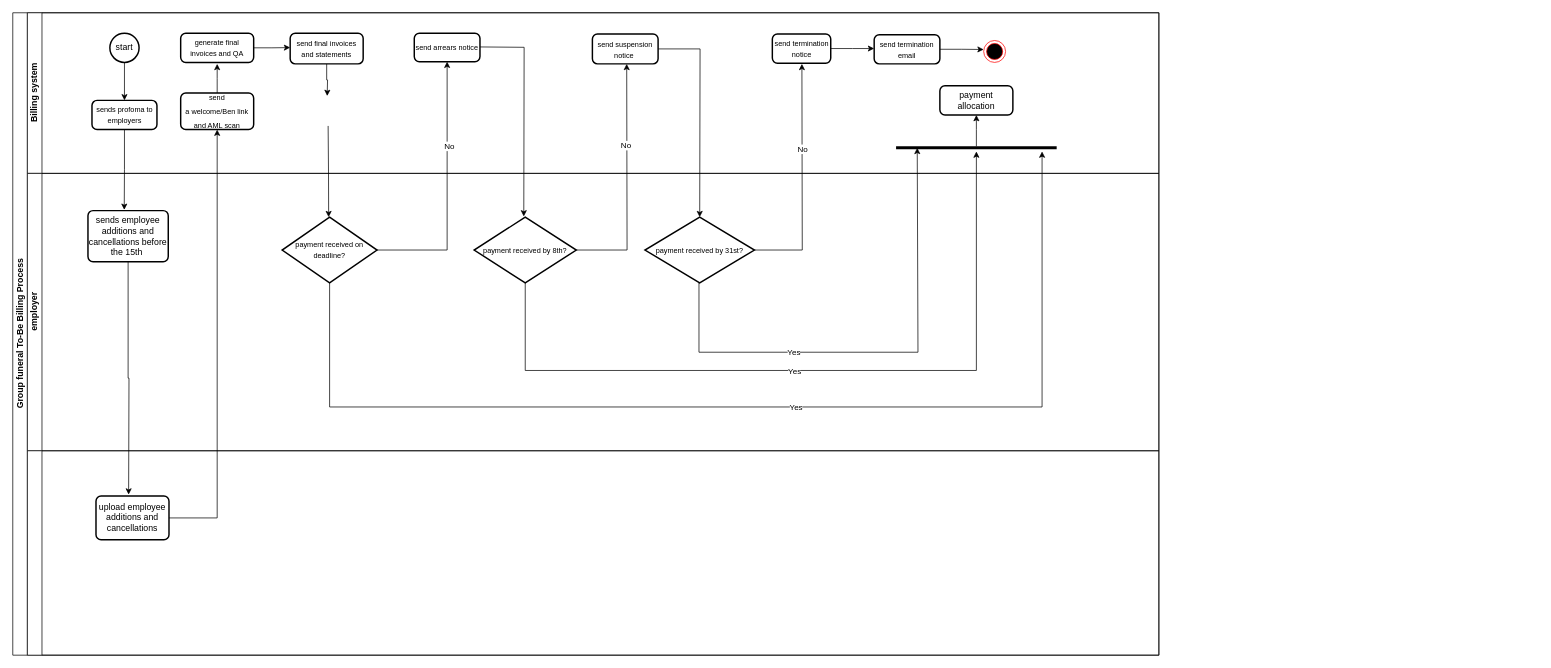
The draw.io diagram billingprocess.drawio in TJ-Kwetsane1993/Thato, before the edit. Source tidied: cells renumbered, new cells numbered last; positions are measured from the earlier drawing's top-left corner, leaving out a move shared by most shapes. Both pictures are drawn from the tidied source at 73%, with x=0, y=0 at pixel (12, 12).
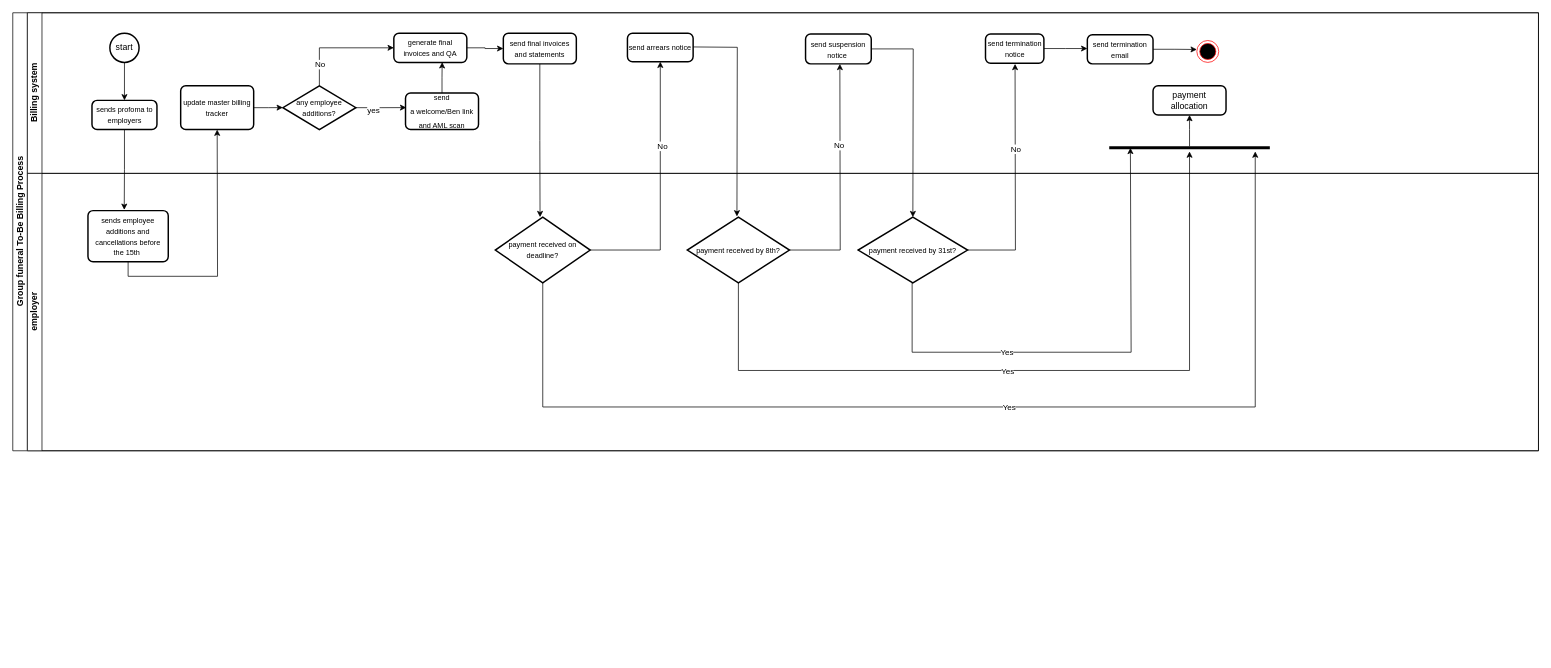
The same diagram, later.

What changed in the source:
```diff
@@
     <mxCell id="2" value="Group funeral To-Be Billing Process" style="swimlane;html=1;horizontal=0;startSize=20;" parent="1" vertex="1">
-      <mxGeometry width="1570" height="880" as="geometry" />
+      <mxGeometry width="2090" height="600" as="geometry" />
     </mxCell>
     <mxCell id="3" value="Billing system" style="swimlane;html=1;startSize=20;horizontal=0;" parent="2" vertex="1">
-      <mxGeometry x="20" width="1550" height="220" as="geometry" />
+      <mxGeometry x="20" width="2070" height="220" as="geometry" />
     </mxCell>
@@
-    <mxCell id="8" style="edgeStyle=orthogonalEdgeStyle;rounded=0;jettySize=auto;html=1;exitX=1;exitY=0.5;exitDx=0;exitDy=0;" parent="3" edge="1" source="9">
-      <mxGeometry relative="1" as="geometry">
-        <mxPoint x="360" y="47.7" as="targetPoint" />
-      </mxGeometry>
-    </mxCell>
+    <mxCell id="48" style="edgeStyle=orthogonalEdgeStyle;rounded=0;jettySize=auto;html=1;exitX=1;exitY=0.5;exitDx=0;exitDy=0;entryX=0;entryY=0.5;entryDx=0;entryDy=0;" parent="3" edge="1" source="9" target="11">
+      <mxGeometry relative="1" as="geometry" />
+    </mxCell>
     <mxCell id="9" value="&lt;font style=&quot;font-size: 10px;&quot;&gt;generate final invoices and QA&lt;/font&gt;" style="rounded=1;whiteSpace=wrap;html=1;absoluteArcSize=1;arcSize=14;strokeWidth=2;" parent="3" vertex="1">
-      <mxGeometry x="210" y="28" width="100" height="40" as="geometry" />
+      <mxGeometry x="502" y="28" width="100" height="40" as="geometry" />
     </mxCell>
-    <mxCell id="10" style="edgeStyle=orthogonalEdgeStyle;rounded=0;jettySize=auto;html=1;" parent="3" edge="1" source="11">
-      <mxGeometry relative="1" as="geometry">
-        <mxPoint x="410.7" y="114" as="targetPoint" />
-      </mxGeometry>
-    </mxCell>
+    <mxCell id="49" style="edgeStyle=orthogonalEdgeStyle;rounded=0;jettySize=auto;html=1;exitX=0.5;exitY=1;exitDx=0;exitDy=0;" parent="3" edge="1" source="11">
+      <mxGeometry relative="1" as="geometry">
+        <mxPoint x="702.3" y="280" as="targetPoint" />
+      </mxGeometry>
+    </mxCell>
     <mxCell id="11" value="&lt;font style=&quot;font-size: 10px;&quot;&gt;send final invoices and statements&lt;/font&gt;" style="rounded=1;whiteSpace=wrap;html=1;absoluteArcSize=1;arcSize=14;strokeWidth=2;" parent="3" vertex="1">
-      <mxGeometry x="360" y="28" width="100" height="42" as="geometry" />
+      <mxGeometry x="652" y="28" width="100" height="42" as="geometry" />
     </mxCell>
-    <mxCell id="12" style="edgeStyle=orthogonalEdgeStyle;rounded=0;jettySize=auto;html=1;exitX=0.5;exitY=0;exitDx=0;exitDy=0;" parent="3" edge="1" source="13">
-      <mxGeometry relative="1" as="geometry">
-        <mxPoint x="260" y="70" as="targetPoint" />
-      </mxGeometry>
-    </mxCell>
     <mxCell id="13" value="&lt;span style=&quot;line-height: 150%; font-family: Aptos, sans-serif;&quot; lang=&quot;EN-US&quot;&gt;&lt;font style=&quot;font-size: 10px;&quot;&gt;send&lt;br/&gt;a welcome/Ben link and AML scan&lt;/font&gt;&lt;/span&gt;" style="rounded=1;whiteSpace=wrap;html=1;absoluteArcSize=1;arcSize=14;strokeWidth=2;" parent="3" vertex="1">
-      <mxGeometry x="210" y="110" width="100" height="50" as="geometry" />
+      <mxGeometry x="518" y="110" width="100" height="50" as="geometry" />
     </mxCell>
-    <mxCell id="14" style="edgeStyle=orthogonalEdgeStyle;rounded=0;orthogonalLoop=1;jettySize=auto;html=1;exitX=0.5;exitY=1;exitDx=0;exitDy=0;" parent="3" edge="1">
-      <mxGeometry relative="1" as="geometry">
-        <mxPoint x="412" y="155" as="sourcePoint" />
-        <mxPoint x="412.7" y="280" as="targetPoint" />
-      </mxGeometry>
-    </mxCell>
     <mxCell id="15" style="edgeStyle=orthogonalEdgeStyle;rounded=0;orthogonalLoop=1;jettySize=auto;html=1;exitX=1;exitY=0.25;exitDx=0;exitDy=0;" parent="3" edge="1">
       <mxGeometry relative="1" as="geometry">
-        <mxPoint x="620" y="46.8" as="sourcePoint" />
-        <mxPoint x="680" y="279" as="targetPoint" />
+        <mxPoint x="912" y="46.8" as="sourcePoint" />
+        <mxPoint x="972" y="279" as="targetPoint" />
       </mxGeometry>
     </mxCell>
     <mxCell id="16" value="&lt;font style=&quot;font-size: 10px;&quot;&gt;send arrears notice&lt;/font&gt;" style="rounded=1;whiteSpace=wrap;html=1;absoluteArcSize=1;arcSize=14;strokeWidth=2;" parent="3" vertex="1">
-      <mxGeometry x="530" y="28" width="90" height="39" as="geometry" />
+      <mxGeometry x="822" y="28" width="90" height="39" as="geometry" />
     </mxCell>
     <mxCell id="17" style="edgeStyle=orthogonalEdgeStyle;rounded=0;jettySize=auto;html=1;exitX=1;exitY=0.5;exitDx=0;exitDy=0;" parent="3" edge="1" source="18">
       <mxGeometry relative="1" as="geometry">
-        <mxPoint x="921" y="280" as="targetPoint" />
+        <mxPoint x="1213" y="280" as="targetPoint" />
       </mxGeometry>
     </mxCell>
     <mxCell id="18" value="&lt;font style=&quot;font-size: 10px;&quot;&gt;send suspension notice&amp;nbsp;&lt;/font&gt;" style="rounded=1;whiteSpace=wrap;html=1;absoluteArcSize=1;arcSize=14;strokeWidth=2;" parent="3" vertex="1">
-      <mxGeometry x="774" y="29" width="90" height="41" as="geometry" />
+      <mxGeometry x="1066" y="29" width="90" height="41" as="geometry" />
     </mxCell>
     <mxCell id="19" style="edgeStyle=orthogonalEdgeStyle;rounded=0;jettySize=auto;html=1;exitX=1;exitY=0.5;exitDx=0;exitDy=0;" parent="3" edge="1" source="20">
       <mxGeometry relative="1" as="geometry">
-        <mxPoint x="1160" y="49" as="targetPoint" />
+        <mxPoint x="1452" y="49" as="targetPoint" />
       </mxGeometry>
     </mxCell>
     <mxCell id="20" value="&lt;font style=&quot;font-size: 10px;&quot;&gt;send termination notice&lt;/font&gt;" style="rounded=1;whiteSpace=wrap;html=1;absoluteArcSize=1;arcSize=14;strokeWidth=2;" parent="3" vertex="1">
-      <mxGeometry x="1020.5" y="29" width="80" height="40" as="geometry" />
+      <mxGeometry x="1312.5" y="29" width="80" height="40" as="geometry" />
     </mxCell>
     <mxCell id="21" style="edgeStyle=orthogonalEdgeStyle;rounded=0;jettySize=auto;html=1;" parent="3" edge="1" source="22">
       <mxGeometry relative="1" as="geometry">
-        <mxPoint x="1300" y="140" as="targetPoint" />
+        <mxPoint x="1592" y="140" as="targetPoint" />
       </mxGeometry>
     </mxCell>
     <mxCell id="22" style="line;strokeWidth=4;html=1;perimeter=backbonePerimeter;points=[];outlineConnect=0;" parent="3" vertex="1">
-      <mxGeometry x="1190" y="180" width="220" height="10" as="geometry" />
+      <mxGeometry x="1482" y="180" width="220" height="10" as="geometry" />
     </mxCell>
     <mxCell id="23" value="payment allocation" style="rounded=1;whiteSpace=wrap;html=1;absoluteArcSize=1;arcSize=14;strokeWidth=2;" parent="3" vertex="1">
-      <mxGeometry x="1250" y="100" width="100" height="40" as="geometry" />
+      <mxGeometry x="1542" y="100" width="100" height="40" as="geometry" />
     </mxCell>
     <mxCell id="24" style="edgeStyle=orthogonalEdgeStyle;rounded=0;jettySize=auto;html=1;exitX=1;exitY=0.5;exitDx=0;exitDy=0;" parent="3" edge="1" source="25">
       <mxGeometry relative="1" as="geometry">
-        <mxPoint x="1310" y="50.3" as="targetPoint" />
+        <mxPoint x="1602" y="50.3" as="targetPoint" />
       </mxGeometry>
     </mxCell>
     <mxCell id="25" value="&lt;font style=&quot;font-size: 10px;&quot;&gt;send termination email&lt;/font&gt;" style="rounded=1;whiteSpace=wrap;html=1;absoluteArcSize=1;arcSize=14;strokeWidth=2;" parent="3" vertex="1">
-      <mxGeometry x="1160" y="30" width="90" height="40" as="geometry" />
+      <mxGeometry x="1452" y="30" width="90" height="40" as="geometry" />
     </mxCell>
     <mxCell id="26" style="ellipse;html=1;shape=endState;fillColor=#000000;strokeColor=#ff0000;" parent="3" vertex="1">
-      <mxGeometry x="1310" y="38" width="30" height="30" as="geometry" />
+      <mxGeometry x="1602" y="38" width="30" height="30" as="geometry" />
     </mxCell>
+    <mxCell id="50" style="edgeStyle=orthogonalEdgeStyle;rounded=0;jettySize=auto;html=1;exitX=1;exitY=0.5;exitDx=0;exitDy=0;" parent="3" edge="1" source="44">
+      <mxGeometry relative="1" as="geometry">
+        <mxPoint x="350" y="129.9" as="targetPoint" />
+      </mxGeometry>
+    </mxCell>
+    <mxCell id="44" value="&lt;font style=&quot;font-size: 10px;&quot;&gt;update master billing tracker&lt;/font&gt;" style="rounded=1;whiteSpace=wrap;html=1;absoluteArcSize=1;arcSize=14;strokeWidth=2;" parent="3" vertex="1">
+      <mxGeometry x="210" y="100" width="100" height="60" as="geometry" />
+    </mxCell>
+    <mxCell id="51" style="edgeStyle=orthogonalEdgeStyle;rounded=0;jettySize=auto;html=1;exitX=0.5;exitY=0;exitDx=0;exitDy=0;exitPerimeter=0;entryX=0;entryY=0.5;entryDx=0;entryDy=0;" parent="3" edge="1" source="55" target="9">
+      <mxGeometry relative="1" as="geometry" />
+    </mxCell>
+    <mxCell id="52" value="No" style="edgeLabel;html=1;align=center;verticalAlign=middle;" parent="51" vertex="1">
+      <mxGeometry x="-0.61" relative="1" as="geometry" />
+    </mxCell>
+    <mxCell id="53" style="edgeStyle=orthogonalEdgeStyle;rounded=0;jettySize=auto;html=1;exitX=1;exitY=0.5;exitDx=0;exitDy=0;exitPerimeter=0;" parent="3" edge="1" source="55">
+      <mxGeometry relative="1" as="geometry">
+        <mxPoint x="519" y="129.9" as="targetPoint" />
+      </mxGeometry>
+    </mxCell>
+    <mxCell id="54" value="yes" style="edgeLabel;html=1;align=center;verticalAlign=middle;" parent="53" vertex="1">
+      <mxGeometry x="-0.35" y="-3" relative="1" as="geometry" />
+    </mxCell>
+    <mxCell id="55" value="&lt;font style=&quot;font-size: 10px;&quot;&gt;any employee additions?&lt;/font&gt;" style="strokeWidth=2;html=1;shape=mxgraph.flowchart.decision;whiteSpace=wrap;" parent="3" vertex="1">
+      <mxGeometry x="350" y="100" width="100" height="60" as="geometry" />
+    </mxCell>
+    <mxCell id="56" style="edgeStyle=orthogonalEdgeStyle;rounded=0;jettySize=auto;html=1;exitX=0.5;exitY=0;exitDx=0;exitDy=0;entryX=0.662;entryY=0.992;entryDx=0;entryDy=0;entryPerimeter=0;" parent="3" edge="1" source="13" target="9">
+      <mxGeometry relative="1" as="geometry" />
+    </mxCell>
     <mxCell id="27" value="employer" style="swimlane;html=1;startSize=20;horizontal=0;" parent="2" vertex="1">
-      <mxGeometry x="20" y="220" width="1550" height="380" as="geometry" />
+      <mxGeometry x="20" y="220" width="2070" height="380" as="geometry" />
     </mxCell>
-    <mxCell id="28" style="edgeStyle=orthogonalEdgeStyle;rounded=0;jettySize=auto;html=1;exitX=0.5;exitY=1;exitDx=0;exitDy=0;" parent="27" edge="1" source="29">
-      <mxGeometry relative="1" as="geometry">
-        <mxPoint x="138.7" y="440" as="targetPoint" />
-      </mxGeometry>
-    </mxCell>
+    <mxCell id="57" style="edgeStyle=orthogonalEdgeStyle;rounded=0;jettySize=auto;html=1;exitX=0.5;exitY=1;exitDx=0;exitDy=0;" parent="27" edge="1" source="29">
+      <mxGeometry relative="1" as="geometry">
+        <mxPoint x="260" y="-60" as="targetPoint" />
+      </mxGeometry>
+    </mxCell>
-    <mxCell id="29" value="sends employee&lt;br&gt;additions and &lt;br&gt;cancellations before &lt;br&gt;the 15th&amp;nbsp;" style="rounded=1;whiteSpace=wrap;html=1;absoluteArcSize=1;arcSize=14;strokeWidth=2;" parent="27" vertex="1">
+    <mxCell id="29" value="&lt;font style=&quot;font-size: 10px;&quot;&gt;sends employee&lt;br&gt;additions and &lt;br&gt;cancellations before &lt;br&gt;the 15th&amp;nbsp;&lt;/font&gt;" style="rounded=1;whiteSpace=wrap;html=1;absoluteArcSize=1;arcSize=14;strokeWidth=2;" parent="27" vertex="1">
       <mxGeometry x="83" y="51" width="110" height="70" as="geometry" />
     </mxCell>
     <mxCell id="30" style="edgeStyle=orthogonalEdgeStyle;rounded=0;jettySize=auto;html=1;exitX=0.5;exitY=1;exitDx=0;exitDy=0;exitPerimeter=0;" parent="27" edge="1" source="32">
       <mxGeometry relative="1" as="geometry">
-        <mxPoint x="1390" y="-30" as="targetPoint" />
+        <mxPoint x="1682" y="-30" as="targetPoint" />
         <Array as="points">
-          <mxPoint x="414" y="320" />
-          <mxPoint x="1390" y="320" />
+          <mxPoint x="706" y="320" />
+          <mxPoint x="1682" y="320" />
         </Array>
       </mxGeometry>
     </mxCell>
@@
     <mxCell id="32" value="&lt;font style=&quot;font-size: 10px;&quot;&gt;payment received on deadline?&lt;/font&gt;" style="strokeWidth=2;html=1;shape=mxgraph.flowchart.decision;whiteSpace=wrap;" parent="27" vertex="1">
-      <mxGeometry x="349" y="60" width="130" height="90" as="geometry" />
+      <mxGeometry x="641" y="60" width="130" height="90" as="geometry" />
     </mxCell>
     <mxCell id="33" style="edgeStyle=orthogonalEdgeStyle;rounded=0;jettySize=auto;html=1;exitX=1;exitY=0.5;exitDx=0;exitDy=0;exitPerimeter=0;" parent="27" edge="1" source="37">
       <mxGeometry relative="1" as="geometry">
-        <mxPoint x="821" y="-150" as="targetPoint" />
+        <mxPoint x="1113" y="-150" as="targetPoint" />
       </mxGeometry>
     </mxCell>
@@
     <mxCell id="35" style="edgeStyle=orthogonalEdgeStyle;rounded=0;jettySize=auto;html=1;exitX=0.5;exitY=1;exitDx=0;exitDy=0;exitPerimeter=0;" parent="27" edge="1" source="37">
       <mxGeometry relative="1" as="geometry">
-        <mxPoint x="1300" y="-30" as="targetPoint" />
+        <mxPoint x="1592" y="-30" as="targetPoint" />
         <Array as="points">
-          <mxPoint x="682" y="270" />
-          <mxPoint x="1300" y="270" />
+          <mxPoint x="974" y="270" />
+          <mxPoint x="1592" y="270" />
         </Array>
       </mxGeometry>
     </mxCell>
@@
     <mxCell id="37" value="&lt;font style=&quot;font-size: 10px;&quot;&gt;payment received by 8th?&lt;/font&gt;" style="strokeWidth=2;html=1;shape=mxgraph.flowchart.decision;whiteSpace=wrap;" parent="27" vertex="1">
-      <mxGeometry x="612" y="60" width="140" height="90" as="geometry" />
+      <mxGeometry x="904" y="60" width="140" height="90" as="geometry" />
     </mxCell>
     <mxCell id="38" style="edgeStyle=orthogonalEdgeStyle;rounded=0;jettySize=auto;html=1;exitX=1;exitY=0.5;exitDx=0;exitDy=0;exitPerimeter=0;" parent="27" edge="1" source="42">
       <mxGeometry relative="1" as="geometry">
-        <mxPoint x="1061" y="-150" as="targetPoint" />
+        <mxPoint x="1353" y="-150" as="targetPoint" />
       </mxGeometry>
     </mxCell>
@@
     <mxCell id="40" style="edgeStyle=orthogonalEdgeStyle;rounded=0;jettySize=auto;html=1;exitX=0.5;exitY=1;exitDx=0;exitDy=0;exitPerimeter=0;" parent="27" edge="1" source="42">
       <mxGeometry relative="1" as="geometry">
-        <mxPoint x="1219" y="-35" as="targetPoint" />
+        <mxPoint x="1511" y="-35" as="targetPoint" />
         <Array as="points">
-          <mxPoint x="920" y="245" />
-          <mxPoint x="1220" y="245" />
-          <mxPoint x="1220" y="-35" />
+          <mxPoint x="1212" y="245" />
+          <mxPoint x="1512" y="245" />
+          <mxPoint x="1512" y="-35" />
         </Array>
       </mxGeometry>
     </mxCell>
@@
     <mxCell id="42" value="&lt;font style=&quot;font-size: 10px;&quot;&gt;payment received by 31st?&lt;/font&gt;" style="strokeWidth=2;html=1;shape=mxgraph.flowchart.decision;whiteSpace=wrap;" parent="27" vertex="1">
-      <mxGeometry x="846" y="60" width="150" height="90" as="geometry" />
+      <mxGeometry x="1138" y="60" width="150" height="90" as="geometry" />
     </mxCell>
-    <mxCell id="43" style="swimlane;html=1;startSize=20;horizontal=0;" parent="2" vertex="1">
-      <mxGeometry x="20" y="600" width="1550" height="280" as="geometry" />
-    </mxCell>
-    <mxCell id="44" value="upload employee additions and cancellations" style="rounded=1;whiteSpace=wrap;html=1;absoluteArcSize=1;arcSize=14;strokeWidth=2;" parent="43" vertex="1">
-      <mxGeometry x="94" y="62" width="100" height="60" as="geometry" />
-    </mxCell>
-    <mxCell id="45" style="edgeStyle=orthogonalEdgeStyle;rounded=0;jettySize=auto;html=1;exitX=1;exitY=0.5;exitDx=0;exitDy=0;" parent="2" edge="1" source="44" target="13">
-      <mxGeometry relative="1" as="geometry" />
-    </mxCell>
```
